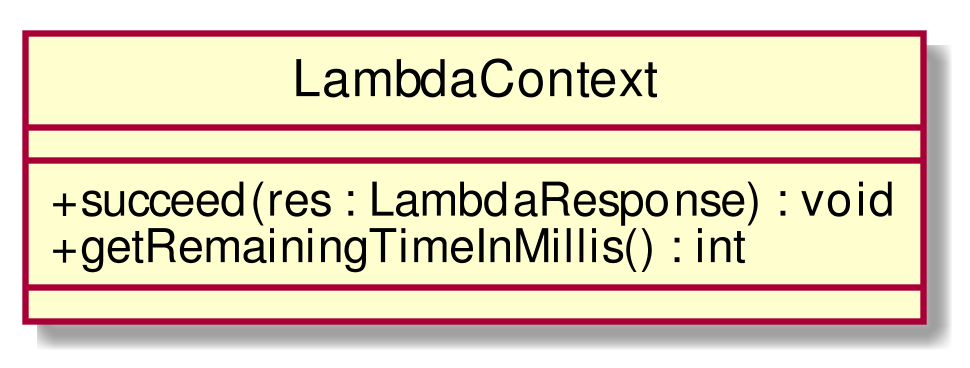
This is RP/Esterni/DefinizioneDiProdotto/images/ClassLambdaContext.png from CoCodeSWE/Docs, a PlantUML export, as it was before one commit. Source of this version:
```plantuml
@startuml
scale 1000*1000
skinparam classAttributeIconSize 0
class LambdaContext{
__
+ succeed(res : LambdaResponse) : void
+ getRemainingTimeInMillis() : int
__

}
hide circle
@enduml
```
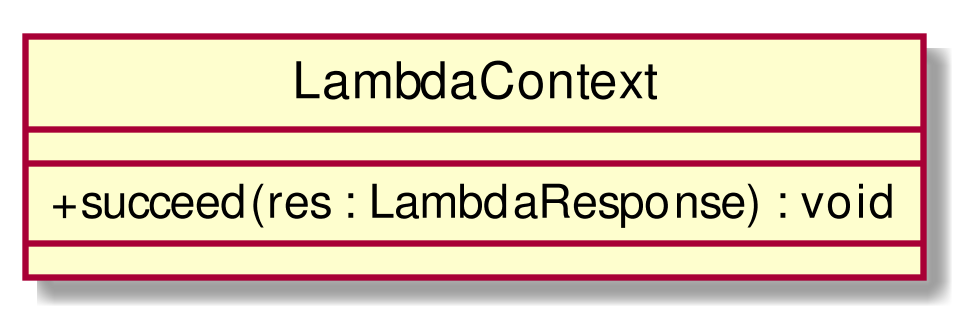
After the commit.

The edit, as a diff of the source:
```diff
@@ -4,7 +4,6 @@
 class LambdaContext{
 __
 + succeed(res : LambdaResponse) : void
-+ getRemainingTimeInMillis() : int
 __
 
 }
```
